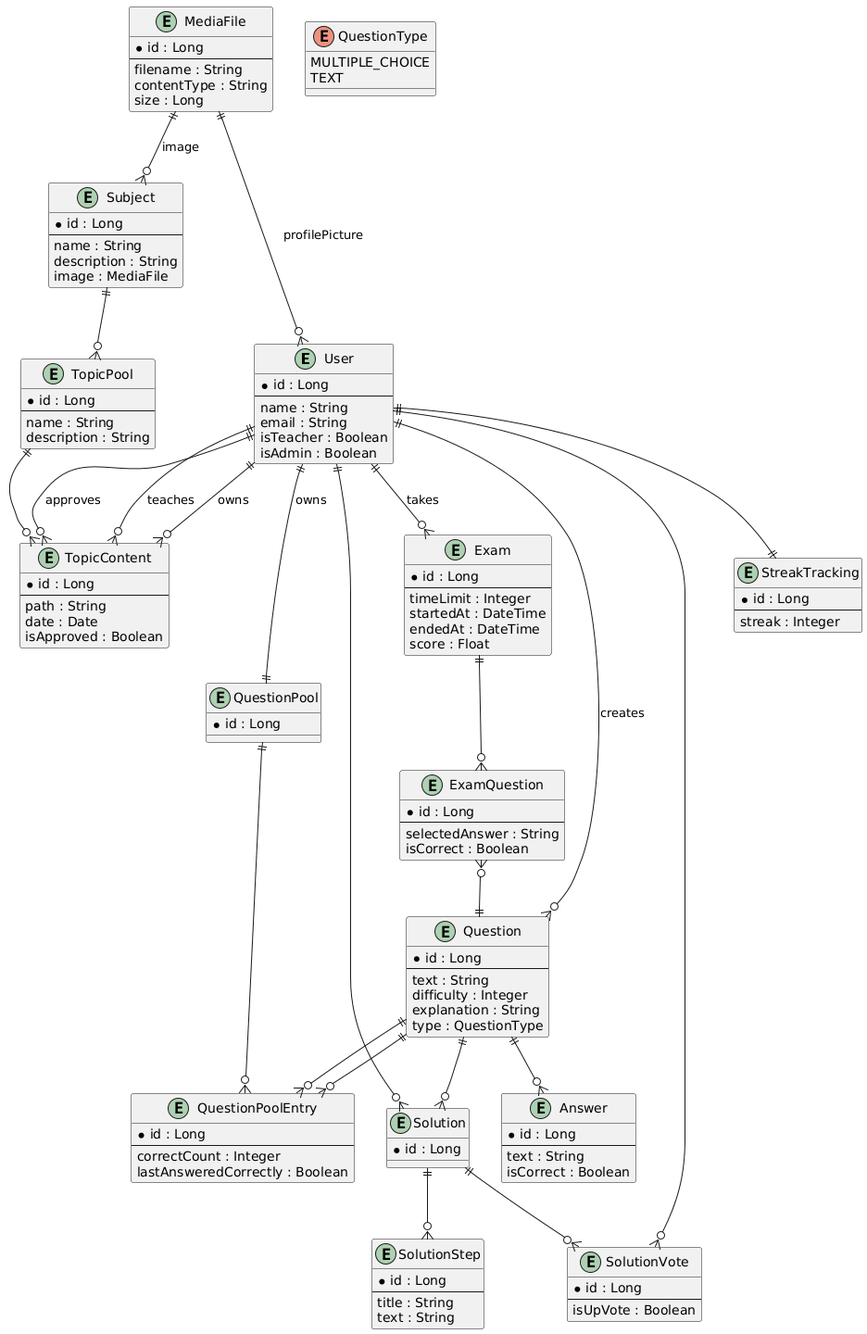
Before: sections/chapters/03-umsetzung/images/datamodel.png, a diagram exported from PlantUML (LearnHubDipl/thesis-matura-trainer).
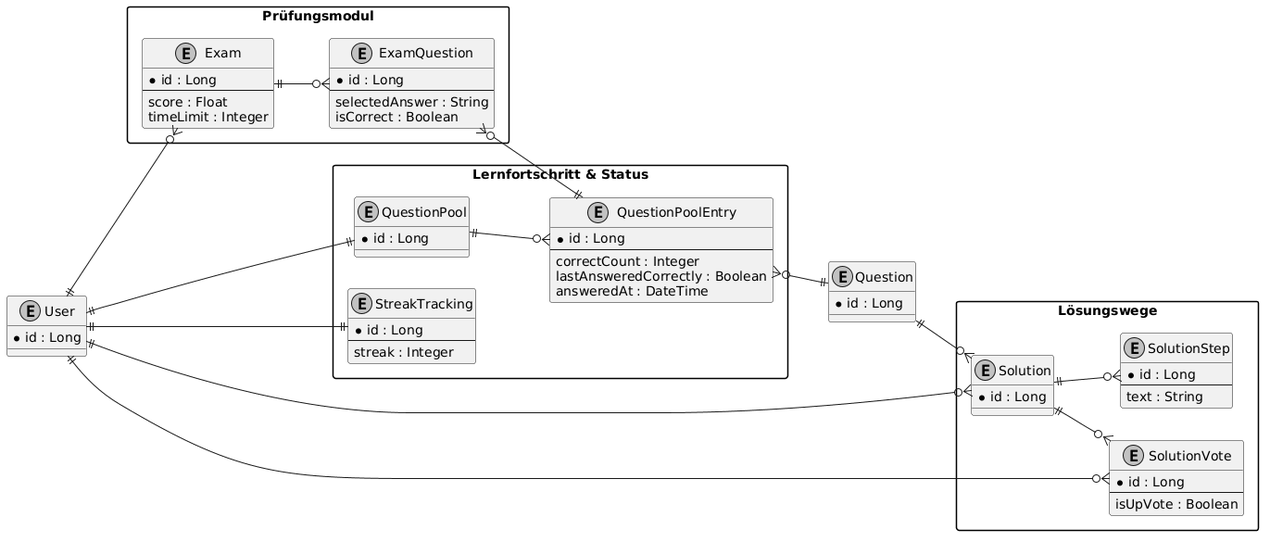
The same diagram one commit later.

Change to the diagram source:
```diff
@@ -1,143 +1,83 @@
 @startuml
-entity User {
-  * id : Long
-  --
-  name : String
-  email : String
-  isTeacher : Boolean
-  isAdmin : Boolean
-}
+left to right direction
+skinparam monochrome true
+skinparam shadowing false
+skinparam packageStyle rectangle
 
-entity MediaFile {
-  * id : Long
-  --
-  filename : String
-  contentType : String
-  size : Long
-}
-
-entity Subject {
-  * id : Long
-  --
-  name : String
-  description : String
-  image : MediaFile
-}
-
-entity TopicPool {
-  * id : Long
-  --
-  name : String
-  description : String
-}
-
-entity TopicContent {
-  * id : Long
-  --
-  path : String
-  date : Date
-  isApproved : Boolean
-}
-
-entity Question {
-  * id : Long
-  --
-  text : String
-  difficulty : Integer
-  explanation : String
-  type : QuestionType
-}
-
-enum QuestionType {
-  MULTIPLE_CHOICE
-  TEXT
-}
-
-entity Answer {
-  * id : Long
-  --
-  text : String
-  isCorrect : Boolean
-}
-
-entity QuestionPool {
+entity User #F5F5F5 {
   * id : Long
 }
 
-entity QuestionPoolEntry {
-  * id : Long
-  --
-  correctCount : Integer
-  lastAnsweredCorrectly : Boolean
-}
-
-entity StreakTracking {
-  * id : Long
-  --
-  streak : Integer
-}
-
-entity Solution {
+entity Question #F5F5F5 {
   * id : Long
 }
 
-entity SolutionStep {
-  * id : Long
-  --
-  title : String
-  text : String
+package "Lernfortschritt & Status" {
+  entity QuestionPool {
+    * id : Long
+  }
+
+  entity QuestionPoolEntry {
+    * id : Long
+    --
+    correctCount : Integer
+    lastAnsweredCorrectly : Boolean
+    answeredAt : DateTime
+  }
+
+  entity StreakTracking {
+    * id : Long
+    --
+    streak : Integer
+  }
 }
 
-entity SolutionVote {
-  * id : Long
-  --
-  isUpVote : Boolean
+package "Prüfungsmodul" {
+  entity Exam {
+    * id : Long
+    --
+    score : Float
+    timeLimit : Integer
+  }
+
+  entity ExamQuestion {
+    * id : Long
+    --
+    selectedAnswer : String
+    isCorrect : Boolean
+  }
 }
 
-entity Exam {
-  * id : Long
-  --
-  timeLimit : Integer
-  startedAt : DateTime
-  endedAt : DateTime
-  score : Float
-}
-
-entity ExamQuestion {
-  * id : Long
-  --
-  selectedAnswer : String
-  isCorrect : Boolean
+package "Lösungswege" {
+  entity Solution {
+    * id : Long
+  }
+  entity SolutionStep {
+    * id : Long
+    --
+    text : String
+  }
+  entity SolutionVote {
+    * id : Long
+    --
+    isUpVote : Boolean
+  }
 }
 
 
-User ||--o{ Question : creates
-User ||--|| QuestionPool : owns
-User ||--o{ Exam : takes
+User ||--|| QuestionPool
 User ||--|| StreakTracking
+User ||--o{ Exam
 User ||--o{ Solution
 User ||--o{ SolutionVote
-
-User ||--o{ TopicContent : owns
-User ||--o{ TopicContent : approves
-User ||--o{ TopicContent : teaches
-
-MediaFile ||--o{ User : profilePicture
-MediaFile ||--o{ Subject : image
-
-Subject ||--o{ TopicPool
-TopicPool ||--o{ TopicContent
-
-Question ||--o{ Answer
-Question ||--o{ Solution
-Question ||--o{ QuestionPoolEntry
 
 QuestionPool ||--o{ QuestionPoolEntry
 QuestionPoolEntry }o--|| Question
 
+Exam ||--o{ ExamQuestion
+ExamQuestion }o--|| QuestionPoolEntry
+
+Question ||--o{ Solution
 Solution ||--o{ SolutionStep
 Solution ||--o{ SolutionVote
-
-Exam ||--o{ ExamQuestion
-ExamQuestion }o--|| Question
 @enduml
```
